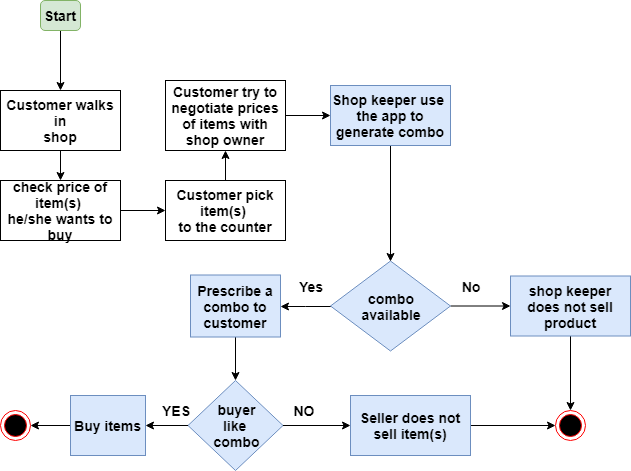
Earlier version of the draw.io export docs/image/n2.png (njsticks/eLeMeNt-Cd). Source tidied: cells renumbered, new cells last; positions are measured from the earlier drawing's top-left corner, leaving out a move shared by most shapes. Its diagram source:
```xml
<mxGraphModel>
  <root>
    <mxCell id="0" />
    <mxCell id="1" parent="0" />
    <mxCell id="2" style="edgeStyle=orthogonalEdgeStyle;rounded=0;jettySize=auto;html=1;entryX=0.5;entryY=0;entryDx=0;entryDy=0;" parent="1" edge="1" source="3" target="16">
      <mxGeometry relative="1" as="geometry" />
    </mxCell>
    <mxCell id="3" value="&lt;font style=&quot;font-size: 14px&quot;&gt;&lt;b&gt;Customer walks in&lt;br&gt;shop&lt;/b&gt;&lt;/font&gt;&lt;br&gt;" style="rounded=0;whiteSpace=wrap;html=1;" parent="1" vertex="1">
      <mxGeometry y="90" width="120" height="60" as="geometry" />
    </mxCell>
    <mxCell id="4" style="edgeStyle=orthogonalEdgeStyle;rounded=0;jettySize=auto;html=1;entryX=0.5;entryY=0;entryDx=0;entryDy=0;" parent="1" edge="1" source="5" target="3">
      <mxGeometry relative="1" as="geometry" />
    </mxCell>
    <mxCell id="5" value="&lt;b&gt;&lt;font style=&quot;font-size: 14px&quot;&gt;Start&lt;/font&gt;&lt;/b&gt;" style="rounded=1;whiteSpace=wrap;html=1;fillColor=#d5e8d4;strokeColor=#82b366;" parent="1" vertex="1">
      <mxGeometry x="40" width="40" height="30" as="geometry" />
    </mxCell>
    <mxCell id="6" style="edgeStyle=orthogonalEdgeStyle;rounded=0;jettySize=auto;html=1;entryX=1;entryY=0.5;entryDx=0;entryDy=0;" parent="1" edge="1" source="8" target="18">
      <mxGeometry relative="1" as="geometry" />
    </mxCell>
    <mxCell id="7" style="edgeStyle=orthogonalEdgeStyle;rounded=0;jettySize=auto;html=1;" parent="1" edge="1" source="8" target="20">
      <mxGeometry relative="1" as="geometry" />
    </mxCell>
    <mxCell id="8" value="&lt;span style=&quot;font-size: 14px&quot;&gt;&lt;b&gt;combo&lt;br&gt;&amp;nbsp;available&amp;nbsp;&lt;/b&gt;&lt;/span&gt;" style="rhombus;whiteSpace=wrap;html=1;fillColor=#dae8fc;strokeColor=#6c8ebf;" parent="1" vertex="1">
      <mxGeometry x="330" y="260.5" width="120" height="90" as="geometry" />
    </mxCell>
    <mxCell id="9" style="edgeStyle=orthogonalEdgeStyle;rounded=0;jettySize=auto;html=1;entryX=0;entryY=0.5;entryDx=0;entryDy=0;" parent="1" edge="1" source="10" target="12">
      <mxGeometry relative="1" as="geometry" />
    </mxCell>
    <mxCell id="10" value="&lt;font style=&quot;font-size: 14px&quot;&gt;&lt;b&gt;Customer try to negotiate&amp;nbsp;prices of items with shop owner&lt;/b&gt;&lt;/font&gt;&lt;br&gt;" style="rounded=0;whiteSpace=wrap;html=1;" parent="1" vertex="1">
      <mxGeometry x="165" y="80" width="120" height="70" as="geometry" />
    </mxCell>
    <mxCell id="11" style="edgeStyle=orthogonalEdgeStyle;rounded=0;jettySize=auto;html=1;entryX=0.5;entryY=0;entryDx=0;entryDy=0;" parent="1" edge="1" source="12" target="8">
      <mxGeometry relative="1" as="geometry" />
    </mxCell>
    <mxCell id="12" value="&lt;b&gt;&lt;font style=&quot;font-size: 14px&quot;&gt;Shop keeper use&amp;nbsp;&lt;br&gt;the app to generate combo&lt;br&gt;&lt;/font&gt;&lt;/b&gt;" style="rounded=0;whiteSpace=wrap;html=1;fillColor=#dae8fc;strokeColor=#6c8ebf;" parent="1" vertex="1">
      <mxGeometry x="330" y="85" width="120" height="60" as="geometry" />
    </mxCell>
    <mxCell id="13" style="edgeStyle=orthogonalEdgeStyle;rounded=0;jettySize=auto;html=1;entryX=0.5;entryY=1;entryDx=0;entryDy=0;" parent="1" edge="1" source="14" target="10">
      <mxGeometry relative="1" as="geometry" />
    </mxCell>
    <mxCell id="14" value="&lt;font style=&quot;font-size: 14px&quot;&gt;&lt;b&gt;&lt;span&gt;Customer pick item(s)&amp;nbsp;&lt;/span&gt;&lt;br&gt;&lt;span&gt;to the counter&lt;/span&gt;&lt;/b&gt;&lt;/font&gt;" style="rounded=0;whiteSpace=wrap;html=1;" parent="1" vertex="1">
      <mxGeometry x="165" y="180" width="120" height="60" as="geometry" />
    </mxCell>
    <mxCell id="15" style="edgeStyle=orthogonalEdgeStyle;rounded=0;jettySize=auto;html=1;entryX=0;entryY=0.5;entryDx=0;entryDy=0;" parent="1" edge="1" source="16" target="14">
      <mxGeometry relative="1" as="geometry" />
    </mxCell>
    <mxCell id="16" value="&lt;font style=&quot;font-size: 14px&quot;&gt;&lt;b&gt;check price of item(s)&amp;nbsp;&lt;br&gt;he/she wants to buy&lt;/b&gt;&lt;/font&gt;&lt;br&gt;" style="rounded=0;whiteSpace=wrap;html=1;" parent="1" vertex="1">
      <mxGeometry y="180" width="120" height="60" as="geometry" />
    </mxCell>
    <mxCell id="17" style="edgeStyle=orthogonalEdgeStyle;rounded=0;jettySize=auto;html=1;entryX=0.5;entryY=0;entryDx=0;entryDy=0;" parent="1" edge="1" source="18" target="25">
      <mxGeometry relative="1" as="geometry" />
    </mxCell>
    <mxCell id="18" value="&lt;font style=&quot;font-size: 14px&quot;&gt;&lt;b&gt;Prescribe a combo to customer&lt;/b&gt;&lt;/font&gt;" style="rounded=0;whiteSpace=wrap;html=1;fillColor=#dae8fc;strokeColor=#6c8ebf;" parent="1" vertex="1">
      <mxGeometry x="190" y="274.5" width="90" height="62" as="geometry" />
    </mxCell>
    <mxCell id="19" style="edgeStyle=orthogonalEdgeStyle;rounded=0;jettySize=auto;html=1;entryX=0.5;entryY=0;entryDx=0;entryDy=0;" parent="1" edge="1" source="20" target="33">
      <mxGeometry relative="1" as="geometry" />
    </mxCell>
    <mxCell id="20" value="&lt;font style=&quot;font-size: 14px&quot;&gt;&lt;b&gt;shop keeper does not sell product&lt;/b&gt;&lt;/font&gt;" style="rounded=0;whiteSpace=wrap;html=1;fillColor=#dae8fc;strokeColor=#6c8ebf;" parent="1" vertex="1">
      <mxGeometry x="510" y="275.5" width="120" height="60" as="geometry" />
    </mxCell>
    <mxCell id="21" value="&lt;font style=&quot;font-size: 14px&quot;&gt;&lt;b&gt;Yes&lt;/b&gt;&lt;/font&gt;" style="text;html=1;strokeColor=none;fillColor=none;align=center;verticalAlign=middle;whiteSpace=wrap;rounded=0;" parent="1" vertex="1">
      <mxGeometry x="290" y="276" width="40" height="20" as="geometry" />
    </mxCell>
    <mxCell id="22" value="&lt;font style=&quot;font-size: 14px&quot;&gt;&lt;b&gt;No&lt;/b&gt;&lt;/font&gt;" style="text;html=1;align=center;verticalAlign=middle;whiteSpace=wrap;rounded=0;" parent="1" vertex="1">
      <mxGeometry x="450" y="276" width="40" height="20" as="geometry" />
    </mxCell>
    <mxCell id="23" style="edgeStyle=orthogonalEdgeStyle;rounded=0;jettySize=auto;html=1;entryX=1;entryY=0.5;entryDx=0;entryDy=0;" parent="1" edge="1" source="25" target="27">
      <mxGeometry relative="1" as="geometry" />
    </mxCell>
    <mxCell id="24" style="edgeStyle=orthogonalEdgeStyle;rounded=0;jettySize=auto;html=1;entryX=0;entryY=0.5;entryDx=0;entryDy=0;" parent="1" edge="1" source="25" target="29">
      <mxGeometry relative="1" as="geometry" />
    </mxCell>
    <mxCell id="25" value="&lt;font style=&quot;font-size: 14px&quot;&gt;&lt;b&gt;buyer&lt;br&gt;like &lt;br&gt;combo&lt;/b&gt;&lt;/font&gt;&lt;br&gt;" style="rhombus;whiteSpace=wrap;html=1;fillColor=#dae8fc;strokeColor=#6c8ebf;" parent="1" vertex="1">
      <mxGeometry x="187.5" y="380" width="95" height="90" as="geometry" />
    </mxCell>
    <mxCell id="26" style="edgeStyle=orthogonalEdgeStyle;rounded=0;jettySize=auto;html=1;entryX=1;entryY=0.5;entryDx=0;entryDy=0;" parent="1" edge="1" source="27" target="32">
      <mxGeometry relative="1" as="geometry" />
    </mxCell>
    <mxCell id="27" value="&lt;font style=&quot;font-size: 14px&quot;&gt;&lt;b&gt;Buy items&lt;/b&gt;&lt;/font&gt;" style="rounded=0;whiteSpace=wrap;html=1;fillColor=#dae8fc;strokeColor=#6c8ebf;" parent="1" vertex="1">
      <mxGeometry x="70" y="395" width="75" height="60" as="geometry" />
    </mxCell>
    <mxCell id="28" style="edgeStyle=orthogonalEdgeStyle;rounded=0;jettySize=auto;html=1;entryX=0;entryY=0.5;entryDx=0;entryDy=0;" parent="1" edge="1" source="29" target="33">
      <mxGeometry relative="1" as="geometry" />
    </mxCell>
    <mxCell id="29" value="&lt;font style=&quot;font-size: 14px&quot;&gt;&lt;b&gt;Seller does not sell item(s)&lt;/b&gt;&lt;/font&gt;&lt;br&gt;" style="rounded=0;whiteSpace=wrap;html=1;fillColor=#dae8fc;strokeColor=#6c8ebf;" parent="1" vertex="1">
      <mxGeometry x="350" y="395" width="120" height="60" as="geometry" />
    </mxCell>
    <mxCell id="30" value="&lt;font style=&quot;font-size: 14px&quot;&gt;&lt;b&gt;YES&lt;/b&gt;&lt;/font&gt;" style="text;html=1;strokeColor=none;fillColor=none;align=center;verticalAlign=middle;whiteSpace=wrap;rounded=0;" parent="1" vertex="1">
      <mxGeometry x="155" y="400" width="40" height="20" as="geometry" />
    </mxCell>
    <mxCell id="31" value="&lt;font style=&quot;font-size: 14px&quot;&gt;&lt;b&gt;NO&lt;/b&gt;&lt;/font&gt;" style="text;html=1;align=center;verticalAlign=middle;whiteSpace=wrap;rounded=0;" parent="1" vertex="1">
      <mxGeometry x="283" y="400" width="40" height="20" as="geometry" />
    </mxCell>
    <mxCell id="32" style="ellipse;html=1;shape=endState;fillColor=#000000;strokeColor=#ff0000;" parent="1" vertex="1">
      <mxGeometry y="410" width="30" height="30" as="geometry" />
    </mxCell>
    <mxCell id="33" style="ellipse;html=1;shape=endState;fillColor=#000000;strokeColor=#ff0000;" parent="1" vertex="1">
      <mxGeometry x="555" y="410" width="30" height="30" as="geometry" />
    </mxCell>
  </root>
</mxGraphModel>
```
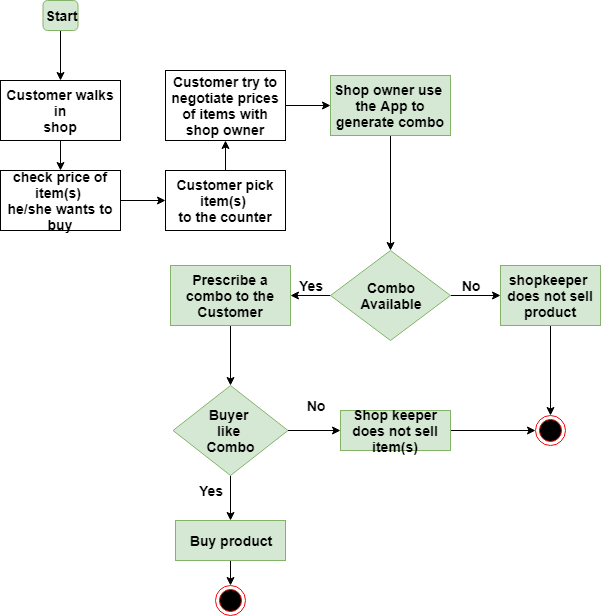
Later version of the same file.

The edit, as a diff of the source:
```diff
@@ -12,91 +12,91 @@
       <mxGeometry relative="1" as="geometry" />
     </mxCell>
     <mxCell id="5" value="&lt;b&gt;&lt;font style=&quot;font-size: 14px&quot;&gt;Start&lt;/font&gt;&lt;/b&gt;" style="rounded=1;whiteSpace=wrap;html=1;fillColor=#d5e8d4;strokeColor=#82b366;" parent="1" vertex="1">
-      <mxGeometry x="40" width="40" height="30" as="geometry" />
+      <mxGeometry x="42.5" y="10" width="35" height="30" as="geometry" />
     </mxCell>
-    <mxCell id="6" style="edgeStyle=orthogonalEdgeStyle;rounded=0;jettySize=auto;html=1;entryX=1;entryY=0.5;entryDx=0;entryDy=0;" parent="1" edge="1" source="8" target="18">
-      <mxGeometry relative="1" as="geometry" />
-    </mxCell>
-    <mxCell id="7" style="edgeStyle=orthogonalEdgeStyle;rounded=0;jettySize=auto;html=1;" parent="1" edge="1" source="8" target="20">
-      <mxGeometry relative="1" as="geometry" />
-    </mxCell>
-    <mxCell id="8" value="&lt;span style=&quot;font-size: 14px&quot;&gt;&lt;b&gt;combo&lt;br&gt;&amp;nbsp;available&amp;nbsp;&lt;/b&gt;&lt;/span&gt;" style="rhombus;whiteSpace=wrap;html=1;fillColor=#dae8fc;strokeColor=#6c8ebf;" parent="1" vertex="1">
-      <mxGeometry x="330" y="260.5" width="120" height="90" as="geometry" />
-    </mxCell>
-    <mxCell id="9" style="edgeStyle=orthogonalEdgeStyle;rounded=0;jettySize=auto;html=1;entryX=0;entryY=0.5;entryDx=0;entryDy=0;" parent="1" edge="1" source="10" target="12">
-      <mxGeometry relative="1" as="geometry" />
-    </mxCell>
+    <mxCell id="34" style="edgeStyle=orthogonalEdgeStyle;rounded=0;jettySize=auto;html=1;entryX=1;entryY=0.5;entryDx=0;entryDy=0;" parent="1" edge="1" source="36" target="41">
+      <mxGeometry relative="1" as="geometry" />
+    </mxCell>
+    <mxCell id="35" style="edgeStyle=orthogonalEdgeStyle;rounded=0;jettySize=auto;html=1;" parent="1" edge="1" source="36" target="44">
+      <mxGeometry relative="1" as="geometry" />
+    </mxCell>
+    <mxCell id="36" value="&lt;span style=&quot;font-size: 14px&quot;&gt;&lt;b&gt;Combo&lt;br&gt;Available&lt;br&gt;&lt;/b&gt;&lt;/span&gt;" style="rhombus;whiteSpace=wrap;html=1;fillColor=#d5e8d4;strokeColor=#82b366;" parent="1" vertex="1">
+      <mxGeometry x="330" y="260" width="120" height="90" as="geometry" />
+    </mxCell>
+    <mxCell id="37" style="edgeStyle=orthogonalEdgeStyle;rounded=0;jettySize=auto;html=1;entryX=0;entryY=0.5;entryDx=0;entryDy=0;" parent="1" edge="1" source="10" target="39">
+      <mxGeometry relative="1" as="geometry" />
+    </mxCell>
     <mxCell id="10" value="&lt;font style=&quot;font-size: 14px&quot;&gt;&lt;b&gt;Customer try to negotiate&amp;nbsp;prices of items with shop owner&lt;/b&gt;&lt;/font&gt;&lt;br&gt;" style="rounded=0;whiteSpace=wrap;html=1;" parent="1" vertex="1">
       <mxGeometry x="165" y="80" width="120" height="70" as="geometry" />
     </mxCell>
-    <mxCell id="11" style="edgeStyle=orthogonalEdgeStyle;rounded=0;jettySize=auto;html=1;entryX=0.5;entryY=0;entryDx=0;entryDy=0;" parent="1" edge="1" source="12" target="8">
-      <mxGeometry relative="1" as="geometry" />
-    </mxCell>
-    <mxCell id="12" value="&lt;b&gt;&lt;font style=&quot;font-size: 14px&quot;&gt;Shop keeper use&amp;nbsp;&lt;br&gt;the app to generate combo&lt;br&gt;&lt;/font&gt;&lt;/b&gt;" style="rounded=0;whiteSpace=wrap;html=1;fillColor=#dae8fc;strokeColor=#6c8ebf;" parent="1" vertex="1">
-      <mxGeometry x="330" y="85" width="120" height="60" as="geometry" />
-    </mxCell>
+    <mxCell id="38" style="edgeStyle=orthogonalEdgeStyle;rounded=0;jettySize=auto;html=1;entryX=0.5;entryY=0;entryDx=0;entryDy=0;" parent="1" edge="1" source="39" target="36">
+      <mxGeometry relative="1" as="geometry" />
+    </mxCell>
+    <mxCell id="39" value="&lt;b&gt;&lt;font style=&quot;font-size: 14px&quot;&gt;Shop owner use&amp;nbsp;&lt;br&gt;the App to generate combo&lt;br&gt;&lt;/font&gt;&lt;/b&gt;" style="rounded=0;whiteSpace=wrap;html=1;fillColor=#d5e8d4;strokeColor=#82b366;" parent="1" vertex="1">
+      <mxGeometry x="330" y="85" width="120" height="60" as="geometry" />
+    </mxCell>
+    <mxCell id="40" style="edgeStyle=orthogonalEdgeStyle;rounded=0;jettySize=auto;html=1;" parent="1" edge="1" source="41" target="47">
+      <mxGeometry relative="1" as="geometry" />
+    </mxCell>
+    <mxCell id="41" value="&lt;span style=&quot;font-size: 14px&quot;&gt;&lt;b&gt;Prescribe a combo to the Customer&lt;/b&gt;&lt;/span&gt;" style="rounded=0;whiteSpace=wrap;html=1;fillColor=#d5e8d4;strokeColor=#82b366;" parent="1" vertex="1">
+      <mxGeometry x="170" y="275" width="120" height="60" as="geometry" />
+    </mxCell>
     <mxCell id="13" style="edgeStyle=orthogonalEdgeStyle;rounded=0;jettySize=auto;html=1;entryX=0.5;entryY=1;entryDx=0;entryDy=0;" parent="1" edge="1" source="14" target="10">
       <mxGeometry relative="1" as="geometry" />
     </mxCell>
     <mxCell id="14" value="&lt;font style=&quot;font-size: 14px&quot;&gt;&lt;b&gt;&lt;span&gt;Customer pick item(s)&amp;nbsp;&lt;/span&gt;&lt;br&gt;&lt;span&gt;to the counter&lt;/span&gt;&lt;/b&gt;&lt;/font&gt;" style="rounded=0;whiteSpace=wrap;html=1;" parent="1" vertex="1">
       <mxGeometry x="165" y="180" width="120" height="60" as="geometry" />
     </mxCell>
+    <mxCell id="21" value="&lt;font style=&quot;font-size: 14px&quot;&gt;&lt;b&gt;Yes&lt;/b&gt;&lt;/font&gt;" style="text;html=1;strokeColor=none;fillColor=none;align=center;verticalAlign=middle;whiteSpace=wrap;rounded=0;" parent="1" vertex="1">
+      <mxGeometry x="290" y="285" width="40" height="20" as="geometry" />
+    </mxCell>
+    <mxCell id="42" value="&lt;font style=&quot;font-size: 14px&quot;&gt;&lt;b&gt;No&lt;/b&gt;&lt;/font&gt;" style="text;html=1;strokeColor=none;fillColor=none;align=center;verticalAlign=middle;whiteSpace=wrap;rounded=0;" parent="1" vertex="1">
+      <mxGeometry x="450" y="285" width="40" height="20" as="geometry" />
+    </mxCell>
     <mxCell id="15" style="edgeStyle=orthogonalEdgeStyle;rounded=0;jettySize=auto;html=1;entryX=0;entryY=0.5;entryDx=0;entryDy=0;" parent="1" edge="1" source="16" target="14">
       <mxGeometry relative="1" as="geometry" />
     </mxCell>
     <mxCell id="16" value="&lt;font style=&quot;font-size: 14px&quot;&gt;&lt;b&gt;check price of item(s)&amp;nbsp;&lt;br&gt;he/she wants to buy&lt;/b&gt;&lt;/font&gt;&lt;br&gt;" style="rounded=0;whiteSpace=wrap;html=1;" parent="1" vertex="1">
       <mxGeometry y="180" width="120" height="60" as="geometry" />
     </mxCell>
-    <mxCell id="17" style="edgeStyle=orthogonalEdgeStyle;rounded=0;jettySize=auto;html=1;entryX=0.5;entryY=0;entryDx=0;entryDy=0;" parent="1" edge="1" source="18" target="25">
-      <mxGeometry relative="1" as="geometry" />
-    </mxCell>
-    <mxCell id="18" value="&lt;font style=&quot;font-size: 14px&quot;&gt;&lt;b&gt;Prescribe a combo to customer&lt;/b&gt;&lt;/font&gt;" style="rounded=0;whiteSpace=wrap;html=1;fillColor=#dae8fc;strokeColor=#6c8ebf;" parent="1" vertex="1">
-      <mxGeometry x="190" y="274.5" width="90" height="62" as="geometry" />
-    </mxCell>
-    <mxCell id="19" style="edgeStyle=orthogonalEdgeStyle;rounded=0;jettySize=auto;html=1;entryX=0.5;entryY=0;entryDx=0;entryDy=0;" parent="1" edge="1" source="20" target="33">
-      <mxGeometry relative="1" as="geometry" />
-    </mxCell>
-    <mxCell id="20" value="&lt;font style=&quot;font-size: 14px&quot;&gt;&lt;b&gt;shop keeper does not sell product&lt;/b&gt;&lt;/font&gt;" style="rounded=0;whiteSpace=wrap;html=1;fillColor=#dae8fc;strokeColor=#6c8ebf;" parent="1" vertex="1">
-      <mxGeometry x="510" y="275.5" width="120" height="60" as="geometry" />
-    </mxCell>
-    <mxCell id="21" value="&lt;font style=&quot;font-size: 14px&quot;&gt;&lt;b&gt;Yes&lt;/b&gt;&lt;/font&gt;" style="text;html=1;strokeColor=none;fillColor=none;align=center;verticalAlign=middle;whiteSpace=wrap;rounded=0;" parent="1" vertex="1">
-      <mxGeometry x="290" y="276" width="40" height="20" as="geometry" />
-    </mxCell>
-    <mxCell id="22" value="&lt;font style=&quot;font-size: 14px&quot;&gt;&lt;b&gt;No&lt;/b&gt;&lt;/font&gt;" style="text;html=1;align=center;verticalAlign=middle;whiteSpace=wrap;rounded=0;" parent="1" vertex="1">
-      <mxGeometry x="450" y="276" width="40" height="20" as="geometry" />
-    </mxCell>
-    <mxCell id="23" style="edgeStyle=orthogonalEdgeStyle;rounded=0;jettySize=auto;html=1;entryX=1;entryY=0.5;entryDx=0;entryDy=0;" parent="1" edge="1" source="25" target="27">
-      <mxGeometry relative="1" as="geometry" />
-    </mxCell>
-    <mxCell id="24" style="edgeStyle=orthogonalEdgeStyle;rounded=0;jettySize=auto;html=1;entryX=0;entryY=0.5;entryDx=0;entryDy=0;" parent="1" edge="1" source="25" target="29">
-      <mxGeometry relative="1" as="geometry" />
-    </mxCell>
-    <mxCell id="25" value="&lt;font style=&quot;font-size: 14px&quot;&gt;&lt;b&gt;buyer&lt;br&gt;like &lt;br&gt;combo&lt;/b&gt;&lt;/font&gt;&lt;br&gt;" style="rhombus;whiteSpace=wrap;html=1;fillColor=#dae8fc;strokeColor=#6c8ebf;" parent="1" vertex="1">
-      <mxGeometry x="187.5" y="380" width="95" height="90" as="geometry" />
-    </mxCell>
-    <mxCell id="26" style="edgeStyle=orthogonalEdgeStyle;rounded=0;jettySize=auto;html=1;entryX=1;entryY=0.5;entryDx=0;entryDy=0;" parent="1" edge="1" source="27" target="32">
-      <mxGeometry relative="1" as="geometry" />
-    </mxCell>
-    <mxCell id="27" value="&lt;font style=&quot;font-size: 14px&quot;&gt;&lt;b&gt;Buy items&lt;/b&gt;&lt;/font&gt;" style="rounded=0;whiteSpace=wrap;html=1;fillColor=#dae8fc;strokeColor=#6c8ebf;" parent="1" vertex="1">
-      <mxGeometry x="70" y="395" width="75" height="60" as="geometry" />
-    </mxCell>
-    <mxCell id="28" style="edgeStyle=orthogonalEdgeStyle;rounded=0;jettySize=auto;html=1;entryX=0;entryY=0.5;entryDx=0;entryDy=0;" parent="1" edge="1" source="29" target="33">
-      <mxGeometry relative="1" as="geometry" />
-    </mxCell>
-    <mxCell id="29" value="&lt;font style=&quot;font-size: 14px&quot;&gt;&lt;b&gt;Seller does not sell item(s)&lt;/b&gt;&lt;/font&gt;&lt;br&gt;" style="rounded=0;whiteSpace=wrap;html=1;fillColor=#dae8fc;strokeColor=#6c8ebf;" parent="1" vertex="1">
-      <mxGeometry x="350" y="395" width="120" height="60" as="geometry" />
-    </mxCell>
-    <mxCell id="30" value="&lt;font style=&quot;font-size: 14px&quot;&gt;&lt;b&gt;YES&lt;/b&gt;&lt;/font&gt;" style="text;html=1;strokeColor=none;fillColor=none;align=center;verticalAlign=middle;whiteSpace=wrap;rounded=0;" parent="1" vertex="1">
-      <mxGeometry x="155" y="400" width="40" height="20" as="geometry" />
-    </mxCell>
-    <mxCell id="31" value="&lt;font style=&quot;font-size: 14px&quot;&gt;&lt;b&gt;NO&lt;/b&gt;&lt;/font&gt;" style="text;html=1;align=center;verticalAlign=middle;whiteSpace=wrap;rounded=0;" parent="1" vertex="1">
-      <mxGeometry x="283" y="400" width="40" height="20" as="geometry" />
-    </mxCell>
-    <mxCell id="32" style="ellipse;html=1;shape=endState;fillColor=#000000;strokeColor=#ff0000;" parent="1" vertex="1">
-      <mxGeometry y="410" width="30" height="30" as="geometry" />
-    </mxCell>
-    <mxCell id="33" style="ellipse;html=1;shape=endState;fillColor=#000000;strokeColor=#ff0000;" parent="1" vertex="1">
-      <mxGeometry x="555" y="410" width="30" height="30" as="geometry" />
-    </mxCell>
+    <mxCell id="43" style="edgeStyle=orthogonalEdgeStyle;rounded=0;jettySize=auto;html=1;entryX=0.5;entryY=0;entryDx=0;entryDy=0;" parent="1" edge="1" source="44" target="52">
+      <mxGeometry relative="1" as="geometry" />
+    </mxCell>
+    <mxCell id="44" value="&lt;font style=&quot;font-size: 14px&quot;&gt;&lt;b&gt;shopkeeper &lt;br&gt;does not&amp;nbsp;sell product&lt;/b&gt;&lt;/font&gt;&lt;br&gt;" style="rounded=0;whiteSpace=wrap;html=1;fillColor=#d5e8d4;strokeColor=#82b366;" parent="1" vertex="1">
+      <mxGeometry x="500" y="275" width="100" height="60" as="geometry" />
+    </mxCell>
+    <mxCell id="45" style="edgeStyle=orthogonalEdgeStyle;rounded=0;jettySize=auto;html=1;entryX=0.5;entryY=0;entryDx=0;entryDy=0;" parent="1" edge="1" source="47" target="51">
+      <mxGeometry relative="1" as="geometry" />
+    </mxCell>
+    <mxCell id="46" style="edgeStyle=orthogonalEdgeStyle;rounded=0;jettySize=auto;html=1;" parent="1" edge="1" source="47" target="49">
+      <mxGeometry relative="1" as="geometry" />
+    </mxCell>
+    <mxCell id="47" value="&lt;span style=&quot;font-size: 14px&quot;&gt;&lt;b&gt;Buyer&amp;nbsp;&lt;br&gt;like&amp;nbsp;&lt;br&gt;Combo&lt;br&gt;&lt;/b&gt;&lt;/span&gt;" style="rhombus;whiteSpace=wrap;html=1;fillColor=#d5e8d4;strokeColor=#82b366;" parent="1" vertex="1">
+      <mxGeometry x="172.5" y="395" width="115" height="90" as="geometry" />
+    </mxCell>
+    <mxCell id="48" style="edgeStyle=orthogonalEdgeStyle;rounded=0;jettySize=auto;html=1;entryX=0;entryY=0.5;entryDx=0;entryDy=0;" parent="1" edge="1" source="49" target="52">
+      <mxGeometry relative="1" as="geometry" />
+    </mxCell>
+    <mxCell id="49" value="&lt;span style=&quot;font-size: 14px&quot;&gt;&lt;b&gt;Shop keeper does not sell item(s)&lt;/b&gt;&lt;/span&gt;" style="rounded=0;whiteSpace=wrap;html=1;fillColor=#d5e8d4;strokeColor=#82b366;" parent="1" vertex="1">
+      <mxGeometry x="340" y="420" width="110" height="40" as="geometry" />
+    </mxCell>
+    <mxCell id="50" style="edgeStyle=orthogonalEdgeStyle;rounded=0;jettySize=auto;html=1;entryX=0.5;entryY=0;entryDx=0;entryDy=0;" parent="1" edge="1" source="51" target="53">
+      <mxGeometry relative="1" as="geometry" />
+    </mxCell>
+    <mxCell id="51" value="&lt;font style=&quot;font-size: 14px&quot;&gt;&lt;b&gt;Buy product&lt;/b&gt;&lt;/font&gt;" style="rounded=0;whiteSpace=wrap;html=1;fillColor=#d5e8d4;strokeColor=#82b366;" parent="1" vertex="1">
+      <mxGeometry x="175" y="530" width="110" height="40" as="geometry" />
+    </mxCell>
+    <mxCell id="52" style="ellipse;html=1;shape=endState;fillColor=#000000;strokeColor=#ff0000;" parent="1" vertex="1">
+      <mxGeometry x="535" y="425" width="30" height="30" as="geometry" />
+    </mxCell>
+    <mxCell id="53" style="ellipse;html=1;shape=endState;fillColor=#000000;strokeColor=#ff0000;" parent="1" vertex="1">
+      <mxGeometry x="215" y="595" width="30" height="30" as="geometry" />
+    </mxCell>
+    <mxCell id="54" value="&lt;b&gt;&lt;font style=&quot;font-size: 14px&quot;&gt;Yes&lt;/font&gt;&lt;/b&gt;" style="text;html=1;strokeColor=none;fillColor=none;align=center;verticalAlign=middle;whiteSpace=wrap;rounded=0;" parent="1" vertex="1">
+      <mxGeometry x="190" y="490" width="40" height="20" as="geometry" />
+    </mxCell>
+    <mxCell id="55" value="&lt;font style=&quot;font-size: 14px&quot;&gt;&lt;b&gt;No&lt;/b&gt;&lt;/font&gt;" style="text;html=1;strokeColor=none;fillColor=none;align=center;verticalAlign=middle;whiteSpace=wrap;rounded=0;" parent="1" vertex="1">
+      <mxGeometry x="295" y="405" width="40" height="20" as="geometry" />
+    </mxCell>
   </root>
 </mxGraphModel>
```
